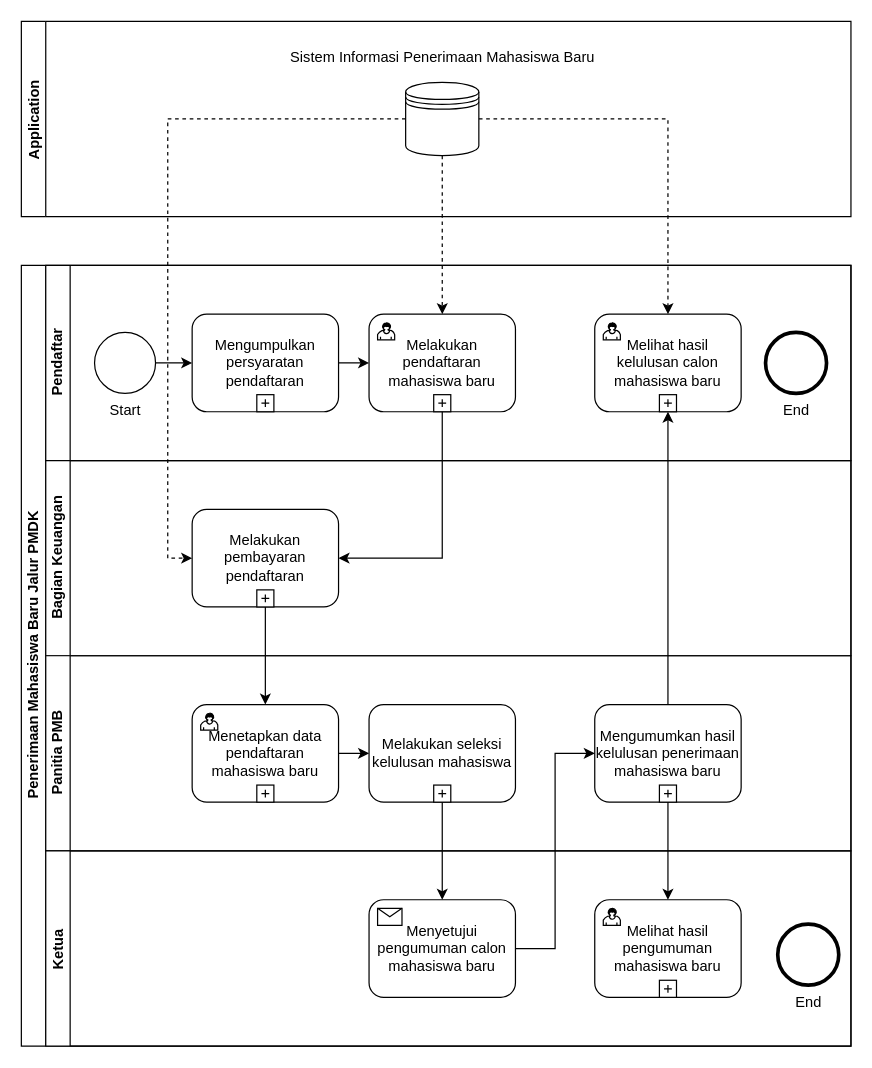
Above: page "Page-1" (1 of 2) of Tugas/BPMN2.drawio in kucingtakucin/Proses-Bisnis-dan-SIM (draw.io), before the change. Source tidied: cells renumbered, new cells numbered last; positions are measured from the earlier drawing's top-left corner, leaving out a move shared by most shapes. Both pictures are drawn from the tidied source at 122%, with x=0, y=0 at pixel (21, 21).
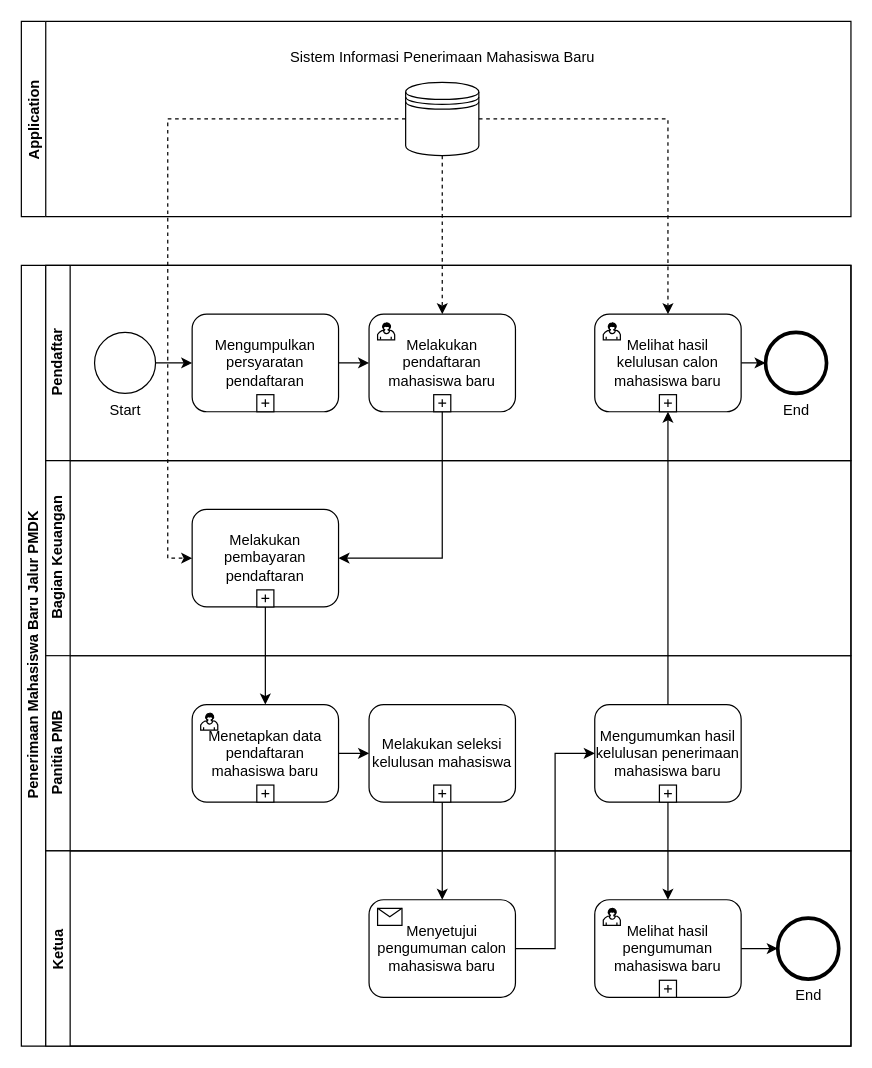
The same diagram, later.

Unchanged cells that the change refers to:
```xml
<mxCell id="6" value="Pendaftar" style="swimlane;html=1;startSize=20;horizontal=0;" parent="5" vertex="1">
  <mxGeometry x="20" width="660" height="160" as="geometry" />
</mxCell>
<mxCell id="7" value="End" style="shape=mxgraph.bpmn.shape;html=1;verticalLabelPosition=bottom;labelBackgroundColor=#ffffff;verticalAlign=top;align=center;perimeter=ellipsePerimeter;outlineConnect=0;outline=end;symbol=general;" parent="6" vertex="1">
  <mxGeometry x="590" y="55" width="50" height="50" as="geometry" />
</mxCell>
<mxCell id="8" value="Melihat hasil kelulusan calon mahasiswa baru" style="html=1;whiteSpace=wrap;rounded=1;" parent="6" vertex="1">
  <mxGeometry x="450" y="40" width="120" height="80" as="geometry" />
</mxCell>
<mxCell id="31" value="Ketua" style="swimlane;startSize=20;horizontal=0;" parent="5" vertex="1">
  <mxGeometry x="20" y="480" width="660" height="160" as="geometry" />
</mxCell>
<mxCell id="33" value="Melihat hasil pengumuman mahasiswa baru" style="html=1;whiteSpace=wrap;rounded=1;" parent="31" vertex="1">
  <mxGeometry x="450" y="40" width="120" height="80" as="geometry" />
</mxCell>
```

Change to the diagram source:
```diff
@@
+    <mxCell id="47" style="edgeStyle=orthogonalEdgeStyle;rounded=0;jettySize=auto;html=1;" parent="6" edge="1" source="8" target="7">
+      <mxGeometry relative="1" as="geometry" />
+    </mxCell>
@@
     <mxCell id="32" value="End" style="shape=mxgraph.bpmn.shape;html=1;verticalLabelPosition=bottom;labelBackgroundColor=#ffffff;verticalAlign=top;align=center;perimeter=ellipsePerimeter;outlineConnect=0;outline=end;symbol=general;" parent="31" vertex="1">
-      <mxGeometry x="600" y="60" width="50" height="50" as="geometry" />
+      <mxGeometry x="600" y="55" width="50" height="50" as="geometry" />
     </mxCell>
+    <mxCell id="48" style="edgeStyle=orthogonalEdgeStyle;rounded=0;jettySize=auto;html=1;entryX=0;entryY=0.5;entryDx=0;entryDy=0;" parent="31" edge="1" source="33" target="32">
+      <mxGeometry relative="1" as="geometry" />
+    </mxCell>
```
